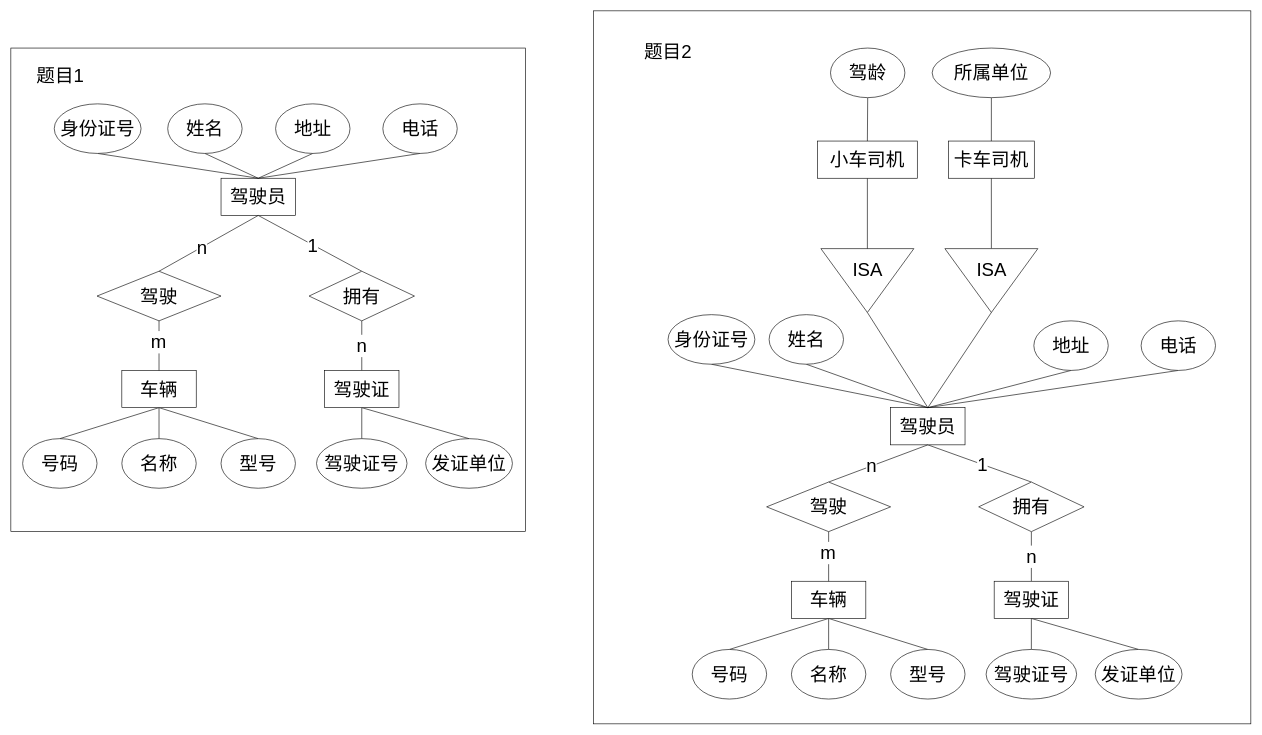
lyh843/Database-Introduction keeps this draw.io diagram as hw1/hw1.drawio. Above is the earlier version. Source tidied: cells renumbered, new cells numbered last; positions are measured from the earlier drawing's top-left corner, leaving out a move shared by most shapes. Both pictures are drawn from the tidied source at 62%, with x=0, y=0 at pixel (11, 11).
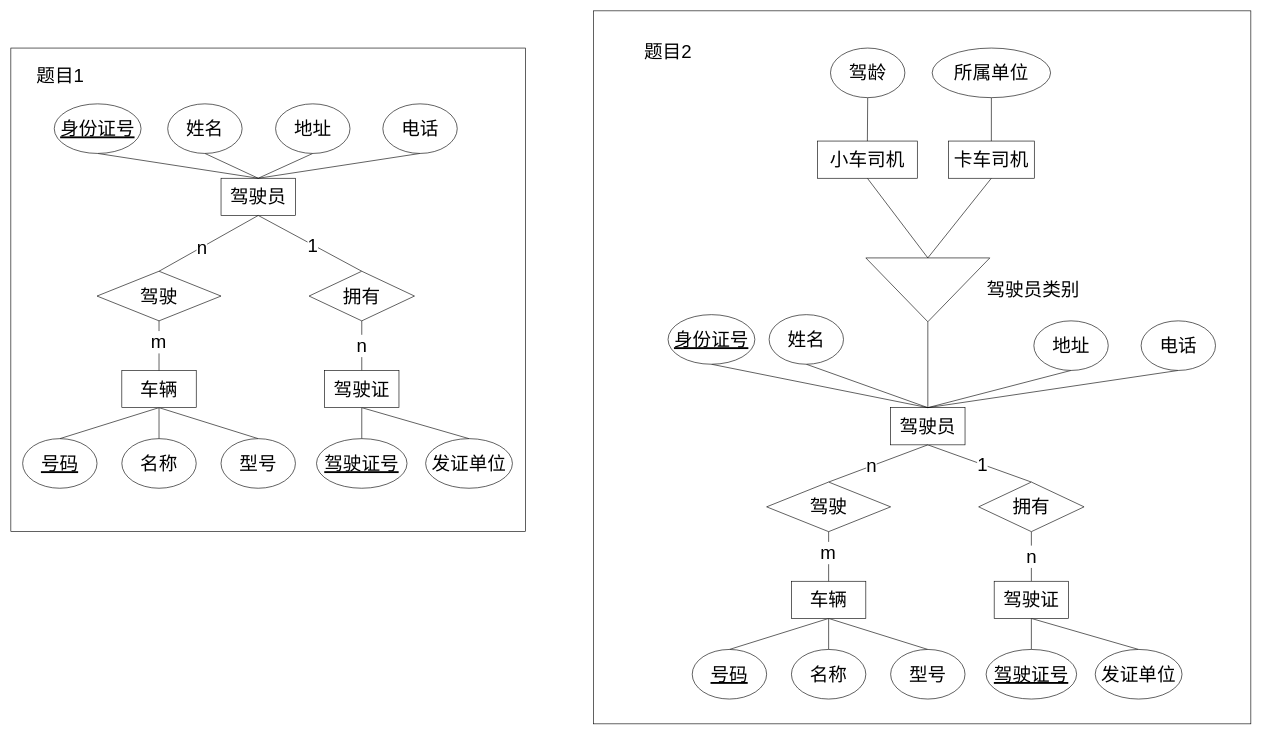
The same page after the edit.

Unchanged cells that the change refers to:
```xml
<mxCell id="43" value="驾驶员" style="rounded=0;whiteSpace=wrap;html=1;fontFamily=Times New Roman, SimSun;fontSize=30;" parent="1" vertex="1">
  <mxGeometry x="1419" y="640" width="120" height="60" as="geometry" />
</mxCell>
<mxCell id="72" value="卡车司机" style="rounded=0;whiteSpace=wrap;html=1;fontFamily=Times New Roman, SimSun;fontSize=30;" parent="1" vertex="1">
  <mxGeometry x="1512.2" y="210" width="138.5" height="60" as="geometry" />
</mxCell>
```

What changed in the source:
```diff
@@
-    <mxCell id="3" style="edgeStyle=none;shape=connector;rounded=0;jettySize=auto;html=1;exitX=0;exitY=0.5;exitDx=0;exitDy=0;entryX=0.5;entryY=1;entryDx=0;entryDy=0;strokeColor=default;align=center;verticalAlign=middle;fontFamily=Helvetica;fontSize=11;fontColor=default;labelBackgroundColor=default;endArrow=none;" parent="1" edge="1" source="4" target="72">
+    <mxCell id="3" style="edgeStyle=none;shape=connector;rounded=0;jettySize=auto;html=1;exitX=0;exitY=0.5;exitDx=0;exitDy=0;entryX=0.5;entryY=1;entryDx=0;entryDy=0;strokeColor=default;align=center;verticalAlign=middle;fontFamily=Helvetica;fontSize=11;fontColor=default;labelBackgroundColor=default;endArrow=none;" parent="1" edge="1" source="68" target="72">
       <mxGeometry relative="1" as="geometry" />
     </mxCell>
-    <mxCell id="4" style="triangle;whiteSpace=wrap;html=1;fontFamily=Helvetica;fontSize=11;fontColor=default;labelBackgroundColor=default;rotation=90;" parent="1" vertex="1">
-      <mxGeometry x="1530" y="360" width="103" height="150" as="geometry" />
-    </mxCell>
@@
-    <mxCell id="17" value="号码" style="ellipse;whiteSpace=wrap;html=1;fontFamily=Times New Roman, SimSun;fontSize=30;" parent="1" vertex="1">
+    <mxCell id="17" value="号码" style="ellipse;whiteSpace=wrap;html=1;fontFamily=Times New Roman, SimSun;fontSize=30;fontStyle=4;" parent="1" vertex="1">
       <mxGeometry x="19" y="690" width="120" height="80" as="geometry" />
     </mxCell>
@@
-    <mxCell id="21" value="身份证号" style="ellipse;whiteSpace=wrap;html=1;fontFamily=Times New Roman, SimSun;fontSize=30;" parent="1" vertex="1">
+    <mxCell id="21" value="身份证号" style="ellipse;whiteSpace=wrap;html=1;fontFamily=Times New Roman, SimSun;fontSize=30;fontStyle=4;" parent="1" vertex="1">
       <mxGeometry x="70" y="150" width="140" height="80" as="geometry" />
     </mxCell>
@@
-    <mxCell id="28" value="驾驶证号" style="ellipse;whiteSpace=wrap;html=1;fontFamily=Times New Roman, SimSun;fontSize=30;" parent="1" vertex="1">
+    <mxCell id="28" value="驾驶证号" style="ellipse;whiteSpace=wrap;html=1;fontFamily=Times New Roman, SimSun;fontSize=30;fontStyle=4;" parent="1" vertex="1">
       <mxGeometry x="493" y="690" width="146" height="80" as="geometry" />
     </mxCell>
@@
-    <mxCell id="48" value="号码" style="ellipse;whiteSpace=wrap;html=1;fontFamily=Times New Roman, SimSun;fontSize=30;" parent="1" vertex="1">
+    <mxCell id="48" value="号码" style="ellipse;whiteSpace=wrap;html=1;fontFamily=Times New Roman, SimSun;fontSize=30;fontStyle=4;" parent="1" vertex="1">
       <mxGeometry x="1099" y="1030" width="120" height="80" as="geometry" />
     </mxCell>
@@
-    <mxCell id="52" value="身份证号" style="ellipse;whiteSpace=wrap;html=1;fontFamily=Times New Roman, SimSun;fontSize=30;" parent="1" vertex="1">
+    <mxCell id="52" value="身份证号" style="ellipse;whiteSpace=wrap;html=1;fontFamily=Times New Roman, SimSun;fontSize=30;fontStyle=4;" parent="1" vertex="1">
       <mxGeometry x="1060" y="490" width="140" height="80" as="geometry" />
     </mxCell>
@@
-    <mxCell id="59" value="驾驶证号" style="ellipse;whiteSpace=wrap;html=1;fontFamily=Times New Roman, SimSun;fontSize=30;" parent="1" vertex="1">
+    <mxCell id="59" value="驾驶证号" style="ellipse;whiteSpace=wrap;html=1;fontFamily=Times New Roman, SimSun;fontSize=30;fontStyle=4;" parent="1" vertex="1">
       <mxGeometry x="1573" y="1030" width="146" height="80" as="geometry" />
     </mxCell>
@@
     <mxCell id="68" style="triangle;whiteSpace=wrap;html=1;fontFamily=Helvetica;fontSize=11;fontColor=default;labelBackgroundColor=default;rotation=90;" parent="1" vertex="1">
-      <mxGeometry x="1330" y="360" width="103" height="150" as="geometry" />
+      <mxGeometry x="1427.5" y="350" width="103" height="200" as="geometry" />
     </mxCell>
-    <mxCell id="69" value="ISA" style="text;html=1;align=center;verticalAlign=middle;whiteSpace=wrap;rounded=0;fontFamily=Helvetica;fontSize=30;fontColor=default;labelBackgroundColor=default;" parent="1" vertex="1">
-      <mxGeometry x="1351.5" y="401.5" width="60" height="30" as="geometry" />
-    </mxCell>
@@
-    <mxCell id="73" value="ISA" style="text;html=1;align=center;verticalAlign=middle;whiteSpace=wrap;rounded=0;fontFamily=Helvetica;fontSize=30;fontColor=default;labelBackgroundColor=default;" parent="1" vertex="1">
-      <mxGeometry x="1551.5" y="401.5" width="60" height="30" as="geometry" />
-    </mxCell>
-    <mxCell id="74" style="edgeStyle=none;shape=connector;rounded=0;jettySize=auto;html=1;exitX=1;exitY=0.5;exitDx=0;exitDy=0;entryX=0.5;entryY=0;entryDx=0;entryDy=0;strokeColor=default;align=center;verticalAlign=middle;fontFamily=Helvetica;fontSize=11;fontColor=default;labelBackgroundColor=default;endArrow=none;" parent="1" edge="1" source="4" target="43">
-      <mxGeometry relative="1" as="geometry" />
-    </mxCell>
@@
+    <mxCell id="80" value="&lt;font style=&quot;font-size: 30px;&quot;&gt;驾驶员类别&lt;/font&gt;" style="text;html=1;align=center;verticalAlign=middle;whiteSpace=wrap;rounded=0;fontFamily=Times New Roman, SimSun;" parent="1" vertex="1">
+      <mxGeometry x="1561" y="435" width="176" height="30" as="geometry" />
+    </mxCell>
```
